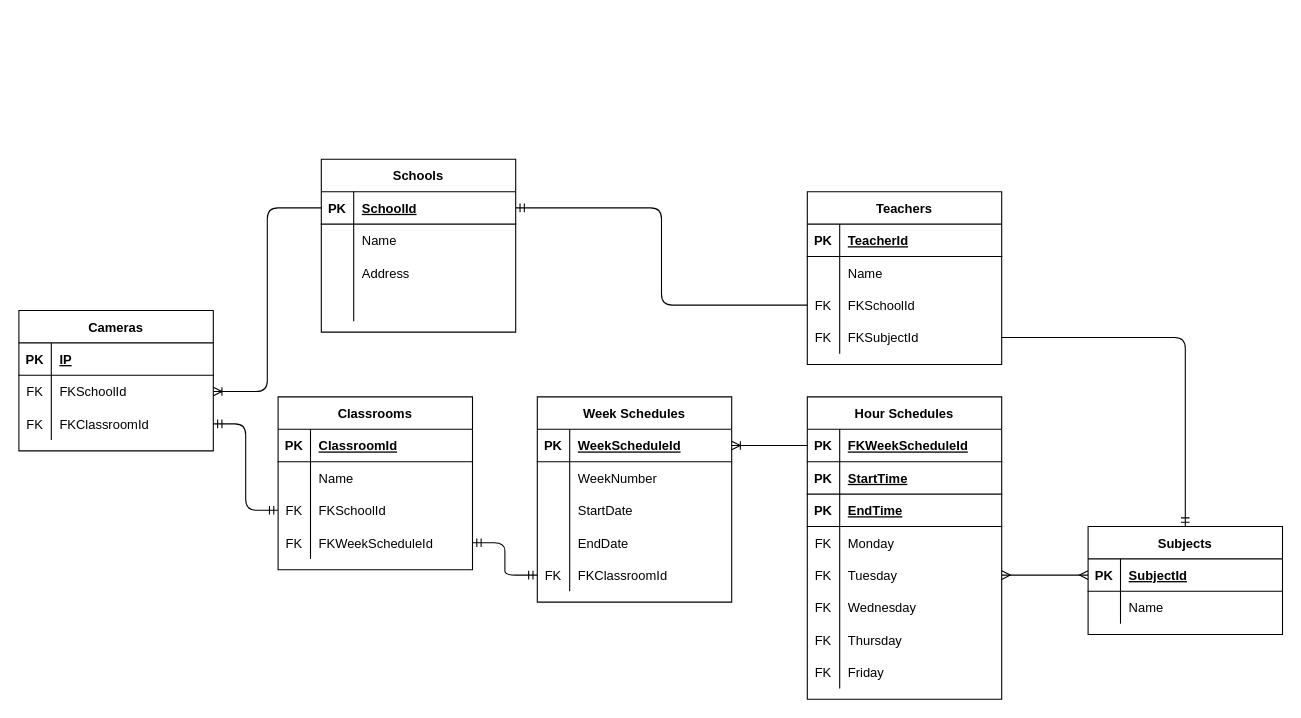
Above: Documentation/Attendance ER-Diagram.drawio in AMDAOFF/IT-GreenDeal (draw.io), before the change. Source tidied: cells renumbered, new cells numbered last; positions are measured from the earlier drawing's top-left corner, leaving out a move shared by most shapes. Both pictures are drawn from the tidied source at 108%, with x=0, y=0 at pixel (18, 159).
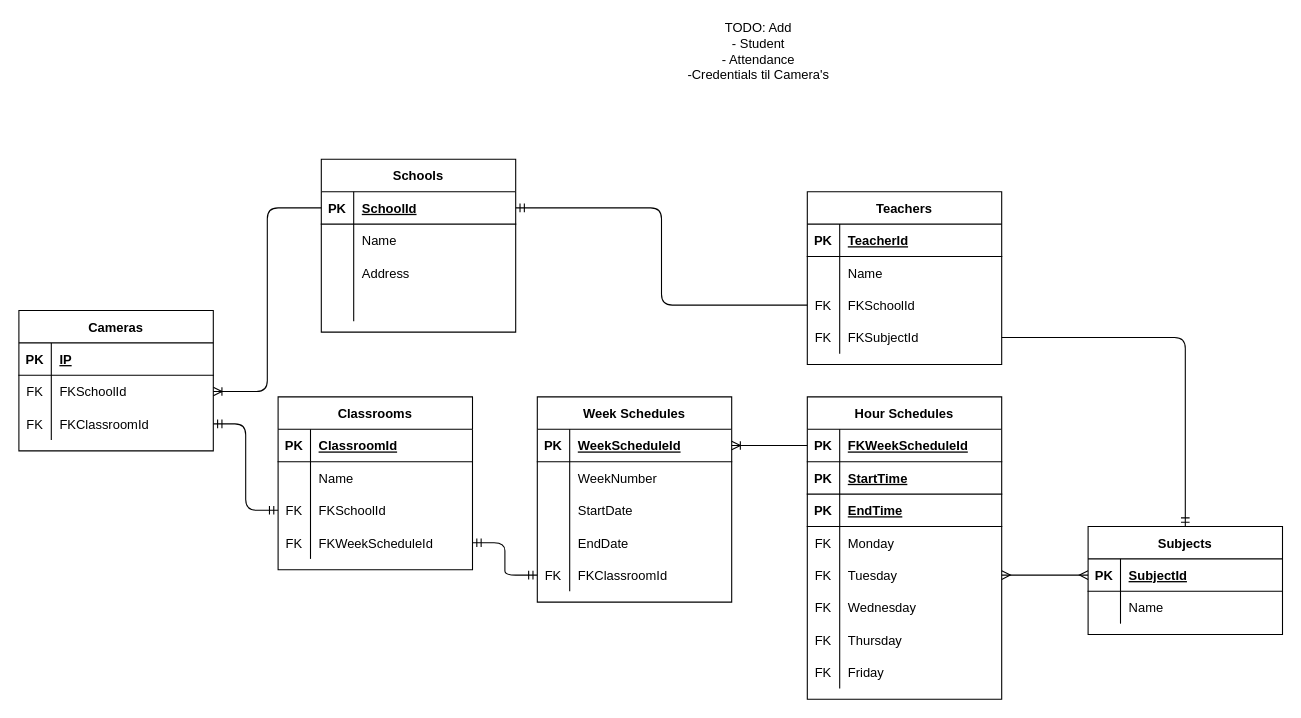
The same page after the edit.

The edit, as a diff of the source:
```diff
@@
+    <mxCell id="106" value="TODO: Add&lt;br&gt;- Student&lt;br&gt;- Attendance&lt;br&gt;-Credentials til Camera's" style="text;html=1;strokeColor=none;fillColor=none;align=center;verticalAlign=middle;whiteSpace=wrap;rounded=0;hachureGap=4;" parent="1" vertex="1">
+      <mxGeometry x="460" y="-130" width="450" height="60" as="geometry" />
+    </mxCell>
```
